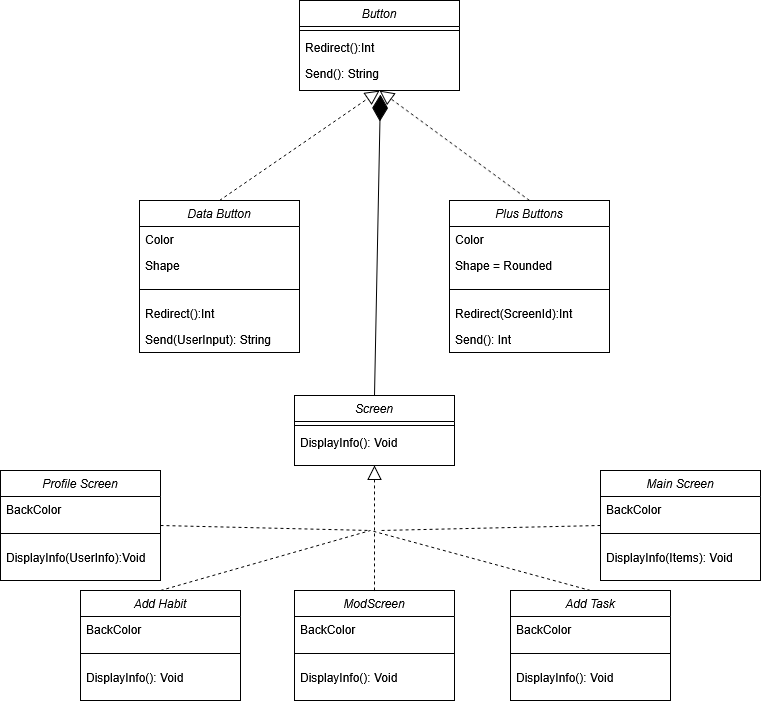
This is Diagrams/Class_Interfaces.drawio.png from Fabiancipher/Habitra, a draw.io export, as it was before one commit. Source tidied: cells renumbered, new cells last; positions are measured from the earlier drawing's top-left corner, leaving out a move shared by most shapes.
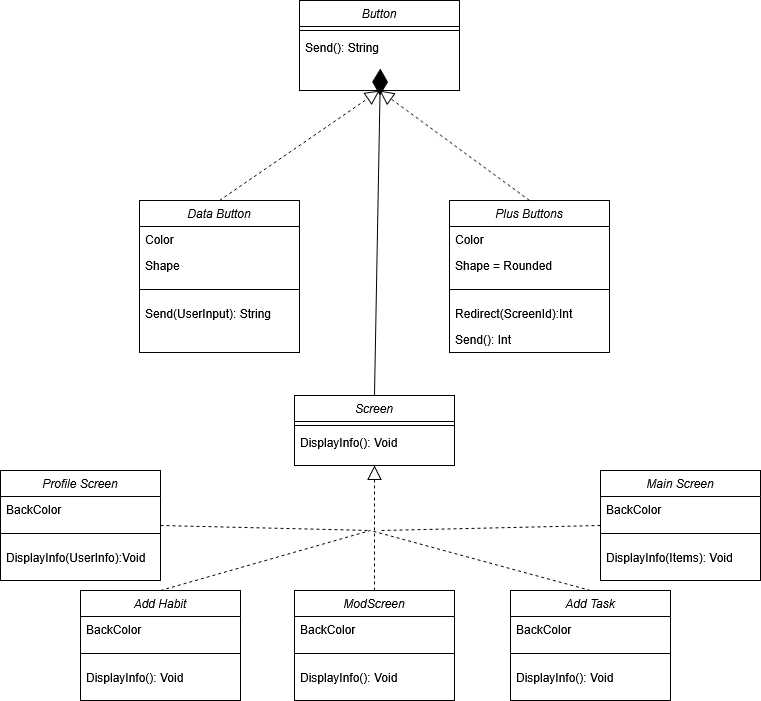
Above is the later version.

Diff of the diagram source:
```diff
@@ -8,11 +8,8 @@
     <mxCell id="3" style="line;html=1;strokeWidth=1;align=left;verticalAlign=middle;spacingTop=-1;spacingLeft=3;spacingRight=3;labelPosition=right;" parent="2" vertex="1">
       <mxGeometry y="26" width="160" height="8" as="geometry" />
     </mxCell>
-    <mxCell id="4" value="Redirect():Int" style="text;align=left;verticalAlign=top;spacingLeft=4;spacingRight=4;overflow=hidden;" parent="2" vertex="1">
-      <mxGeometry y="34" width="160" height="26" as="geometry" />
-    </mxCell>
     <mxCell id="5" value="Send(): String" style="text;align=left;verticalAlign=top;spacingLeft=4;spacingRight=4;overflow=hidden;points=[[0,0.5],[1,0.5]];portConstraint=eastwest;" parent="2" vertex="1">
-      <mxGeometry y="60" width="160" height="26" as="geometry" />
+      <mxGeometry y="34" width="160" height="26" as="geometry" />
     </mxCell>
     <mxCell id="6" value="Plus Buttons" style="swimlane;fontStyle=2;align=center;verticalAlign=top;horizontal=1;startSize=26;rounded=0;shadow=0;strokeWidth=1;" parent="1" vertex="1">
       <mxGeometry x="449" y="200" width="160" height="152" as="geometry" />
@@ -44,11 +41,8 @@
     <mxCell id="15" style="line;html=1;strokeWidth=1;align=left;verticalAlign=middle;spacingTop=-1;spacingLeft=3;spacingRight=3;labelPosition=right;" parent="12" vertex="1">
       <mxGeometry y="78" width="160" height="22" as="geometry" />
     </mxCell>
-    <mxCell id="16" value="Redirect():Int" style="text;align=left;verticalAlign=top;spacingLeft=4;spacingRight=4;overflow=hidden;" parent="12" vertex="1">
-      <mxGeometry y="100" width="160" height="26" as="geometry" />
-    </mxCell>
     <mxCell id="17" value="Send(UserInput): String" style="text;align=left;verticalAlign=top;spacingLeft=4;spacingRight=4;overflow=hidden;" parent="12" vertex="1">
-      <mxGeometry y="126" width="160" height="26" as="geometry" />
+      <mxGeometry y="100" width="160" height="26" as="geometry" />
     </mxCell>
     <mxCell id="18" style="endArrow=block;dashed=1;endFill=0;endSize=12;html=1;rounded=0;entryX=0.5;entryY=1;entryDx=0;entryDy=0;exitX=0.5;exitY=0;exitDx=0;exitDy=0;" parent="1" edge="1" source="12" target="2">
       <mxGeometry relative="1" as="geometry" />
```
